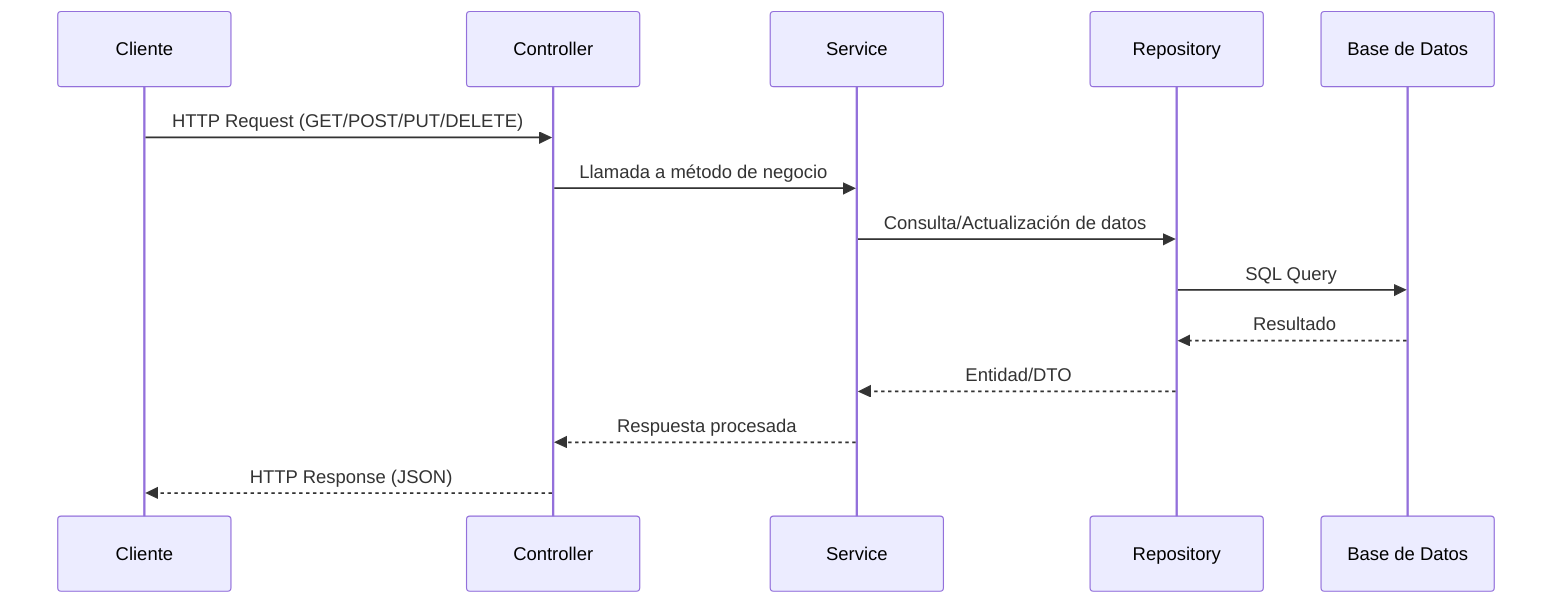
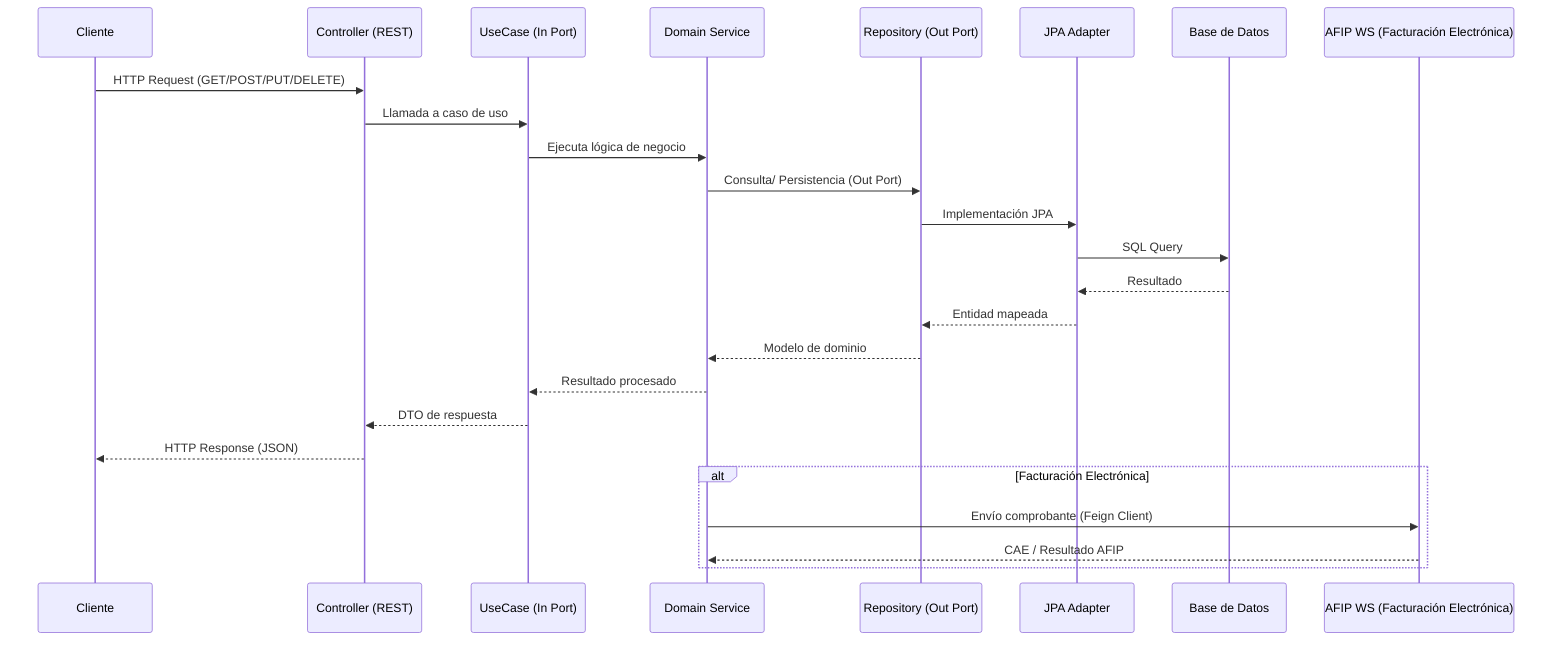
sequenceDiagram
    participant Client as Cliente
-     participant Controller as Controller
-     participant Service as Service
-     participant Repository as Repository
+     participant Controller as Controller (REST)
+     participant UseCase as UseCase (In Port)
+     participant Service as Domain Service
+     participant Repository as Repository (Out Port)
+     participant JpaAdapter as JPA Adapter
    participant DB as Base de Datos
+     participant Afip as AFIP WS (Facturación Electrónica)

    Client->>Controller: HTTP Request (GET/POST/PUT/DELETE)
-     Controller->>Service: Llamada a método de negocio
-     Service->>Repository: Consulta/Actualización de datos
-     Repository->>DB: SQL Query
-     DB-->>Repository: Resultado
-     Repository-->>Service: Entidad/DTO
-     Service-->>Controller: Respuesta procesada
-     Controller-->>Client: HTTP Response (JSON)+     Controller->>UseCase: Llamada a caso de uso
+     UseCase->>Service: Ejecuta lógica de negocio
+     Service->>Repository: Consulta/ Persistencia (Out Port)
+     Repository->>JpaAdapter: Implementación JPA
+     JpaAdapter->>DB: SQL Query
+     DB-->>JpaAdapter: Resultado
+     JpaAdapter-->>Repository: Entidad mapeada
+     Repository-->>Service: Modelo de dominio
+     Service-->>UseCase: Resultado procesado
+     UseCase-->>Controller: DTO de respuesta
+     Controller-->>Client: HTTP Response (JSON)
+ 
+     alt Facturación Electrónica
+         Service->>Afip: Envío comprobante (Feign Client)
+         Afip-->>Service: CAE / Resultado AFIP
+     end